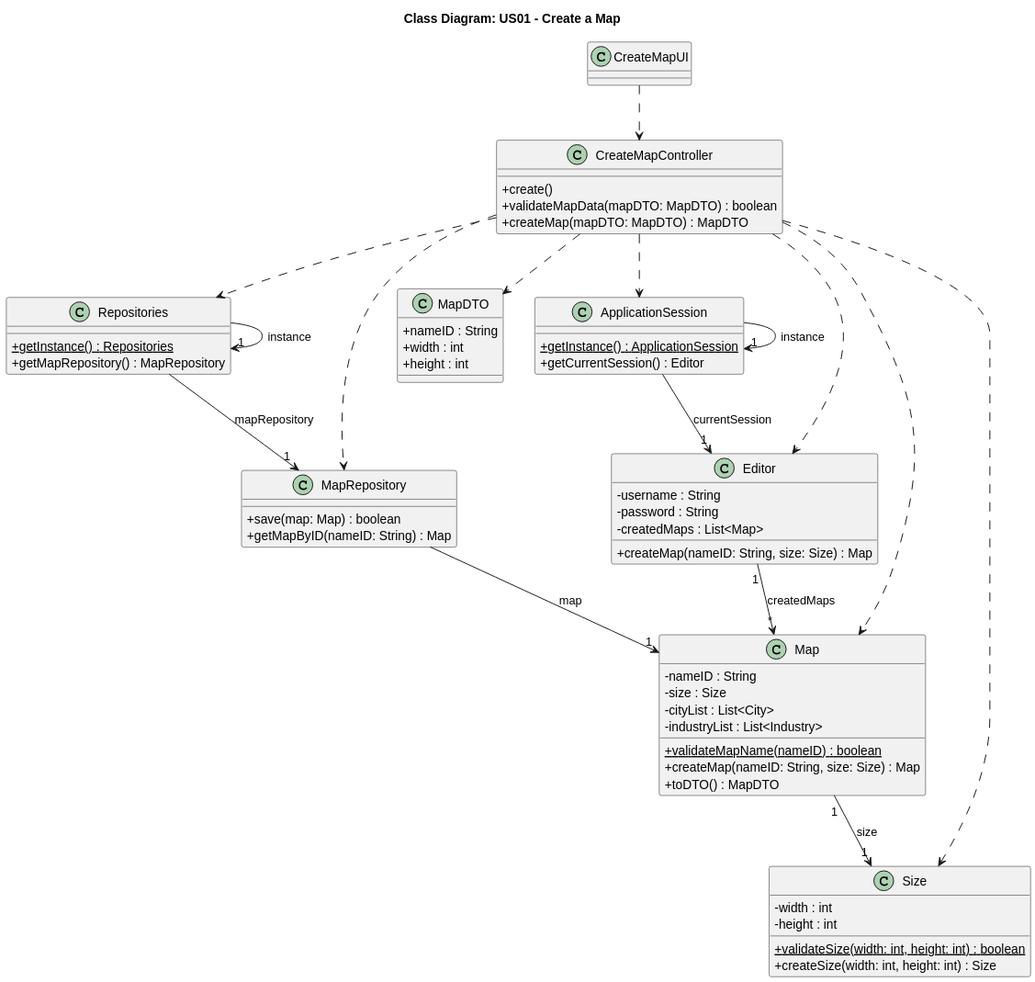
This is docs/system-documentation/Sprint 3/US01/03.design/svg/US01-CD.svg from HenriqueSilva18/Railway-Network-Simulator, a PlantUML export, as it was before one commit.
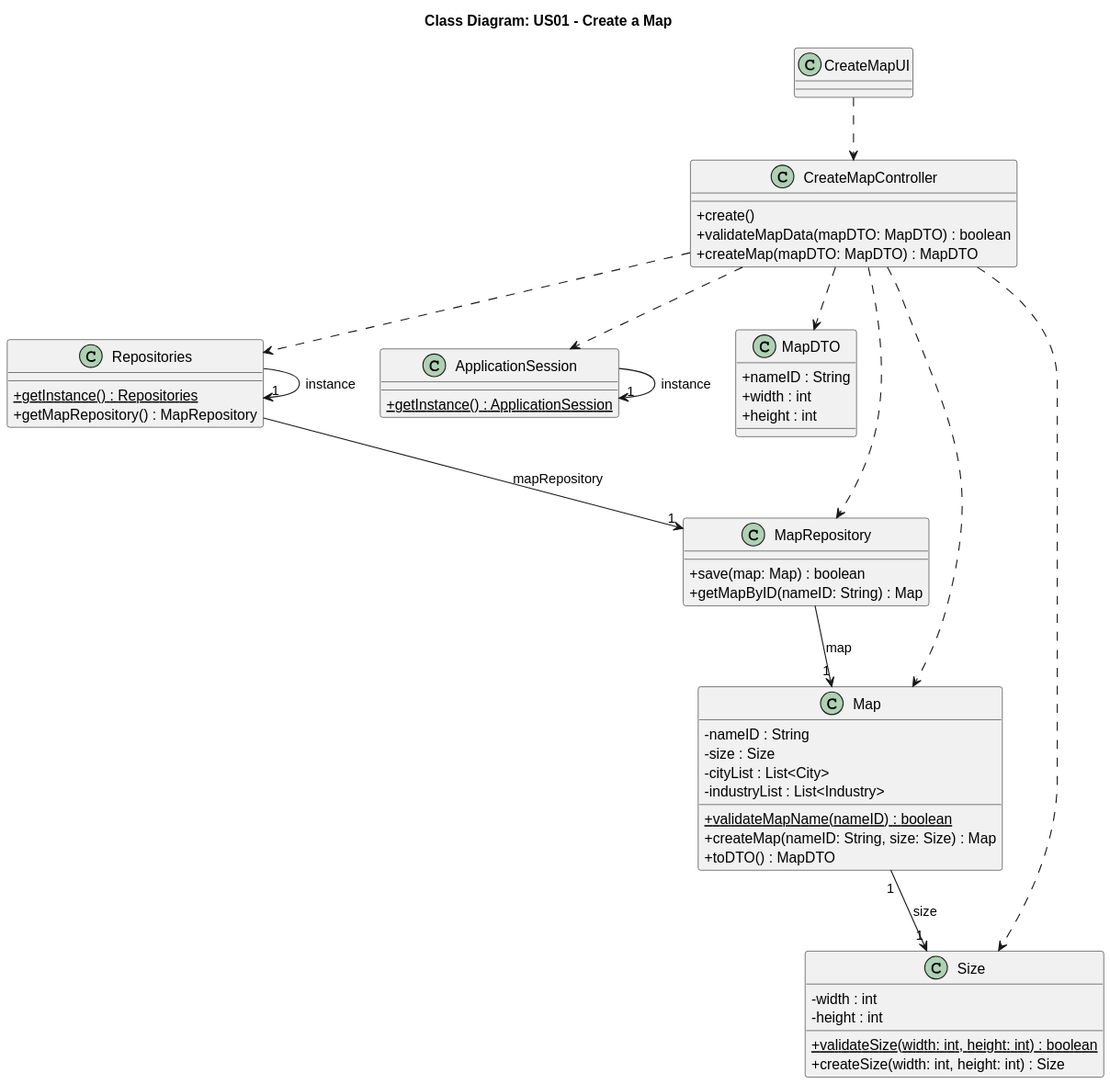
After the commit.

Diff of the diagram source:
```diff
@@ -41,13 +41,7 @@
     + createSize(width: int, height: int) : Size
 }
 
-class Editor {
-    - username : String
-    - password : String
-    - createdMaps : List<Map>
 
-    + createMap(nameID: String, size: Size) : Map
-}
 
     class MapRepository {
         + save(map: Map) : boolean
@@ -61,7 +55,6 @@
 
     class ApplicationSession {
         + {static} getInstance() : ApplicationSession
-        + getCurrentSession() : Editor
     }
 
 
@@ -72,15 +65,12 @@
 CreateMapController ..> ApplicationSession
 CreateMapController ..> Map
 CreateMapController ..> Size
-CreateMapController ..> Editor
 
 Map "1" --> "1" Size : size
 MapRepository --> "1" Map : map
-Editor "1" --> "*" Map : createdMaps
 
 Repositories -> "1" Repositories : instance
 Repositories --> "1" MapRepository : mapRepository
 
 ApplicationSession -> "1" ApplicationSession : instance
-ApplicationSession --> "1" Editor : currentSession
 @enduml
```
